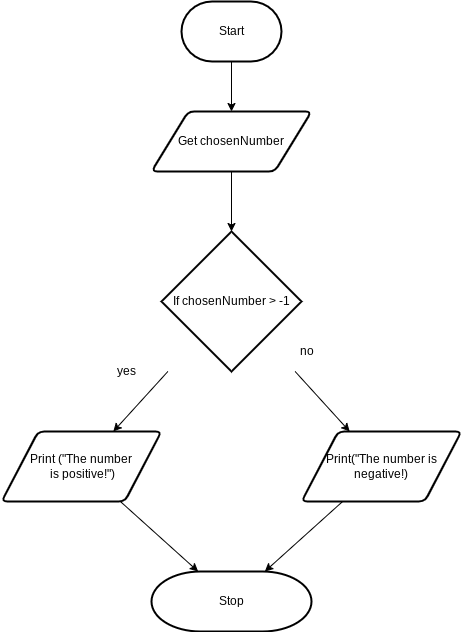
Brayden-Blank/ICS2O-Unit-5-02-HTML keeps this draw.io diagram as design/flowchart.png. Above is the earlier version. Source tidied: cells renumbered, new cells last; positions are measured from the earlier drawing's top-left corner, leaving out a move shared by most shapes. Its diagram source:
```xml
<mxGraphModel>
  <root>
    <mxCell id="0" />
    <mxCell id="1" parent="0" />
    <mxCell id="2" style="edgeStyle=none;html=1;" parent="1" edge="1" source="3" target="5">
      <mxGeometry relative="1" as="geometry" />
    </mxCell>
    <mxCell id="3" value="Start" style="strokeWidth=2;html=1;shape=mxgraph.flowchart.terminator;whiteSpace=wrap;" parent="1" vertex="1">
      <mxGeometry x="180" width="100" height="60" as="geometry" />
    </mxCell>
    <mxCell id="4" style="edgeStyle=none;html=1;" parent="1" edge="1" source="5" target="8">
      <mxGeometry relative="1" as="geometry" />
    </mxCell>
    <mxCell id="5" value="Get chosenNumber" style="shape=parallelogram;html=1;strokeWidth=2;perimeter=parallelogramPerimeter;whiteSpace=wrap;rounded=1;arcSize=12;size=0.23;" parent="1" vertex="1">
      <mxGeometry x="150" y="110" width="160" height="60" as="geometry" />
    </mxCell>
    <mxCell id="6" style="edgeStyle=none;html=1;" parent="1" edge="1" source="8" target="10">
      <mxGeometry relative="1" as="geometry" />
    </mxCell>
    <mxCell id="7" style="edgeStyle=none;html=1;" parent="1" edge="1" source="8" target="13">
      <mxGeometry relative="1" as="geometry" />
    </mxCell>
    <mxCell id="8" value="If chosenNumber &amp;gt; -1" style="strokeWidth=2;html=1;shape=mxgraph.flowchart.decision;whiteSpace=wrap;" parent="1" vertex="1">
      <mxGeometry x="160" y="230" width="140" height="140" as="geometry" />
    </mxCell>
    <mxCell id="9" style="edgeStyle=none;html=1;" parent="1" edge="1" source="10" target="15">
      <mxGeometry relative="1" as="geometry" />
    </mxCell>
    <mxCell id="10" value="Print (&quot;The number&lt;br&gt;&amp;nbsp;is positive!&quot;)" style="shape=parallelogram;html=1;strokeWidth=2;perimeter=parallelogramPerimeter;whiteSpace=wrap;rounded=1;arcSize=12;size=0.23;" parent="1" vertex="1">
      <mxGeometry y="430" width="160" height="70" as="geometry" />
    </mxCell>
    <mxCell id="11" value="yes" style="text;html=1;align=center;verticalAlign=middle;strokeColor=none;fillColor=none;" parent="1" vertex="1">
      <mxGeometry x="110" y="360" width="30" height="20" as="geometry" />
    </mxCell>
    <mxCell id="12" style="edgeStyle=none;html=1;" parent="1" edge="1" source="13" target="15">
      <mxGeometry relative="1" as="geometry" />
    </mxCell>
    <mxCell id="13" value="Print(&quot;The number is negative!)" style="shape=parallelogram;html=1;strokeWidth=2;perimeter=parallelogramPerimeter;whiteSpace=wrap;rounded=1;arcSize=12;size=0.23;" parent="1" vertex="1">
      <mxGeometry x="300" y="430" width="160" height="70" as="geometry" />
    </mxCell>
    <mxCell id="14" value="no&lt;br&gt;" style="text;html=1;align=center;verticalAlign=middle;strokeColor=none;fillColor=none;" parent="1" vertex="1">
      <mxGeometry x="290" y="340" width="30" height="20" as="geometry" />
    </mxCell>
    <mxCell id="15" value="Stop" style="strokeWidth=2;html=1;shape=mxgraph.flowchart.terminator;whiteSpace=wrap;" parent="1" vertex="1">
      <mxGeometry x="150" y="570" width="160" height="60" as="geometry" />
    </mxCell>
  </root>
</mxGraphModel>
```
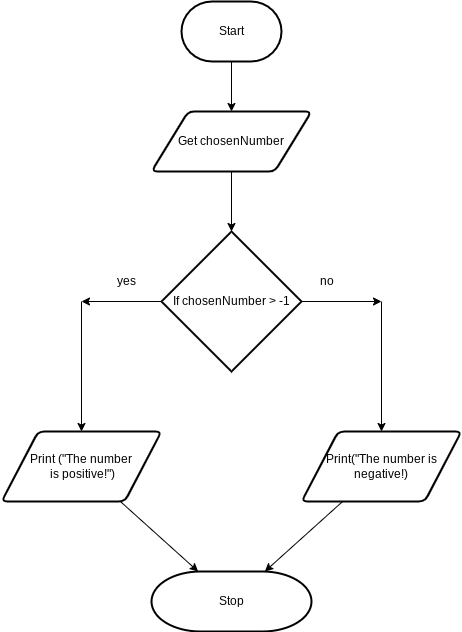
After the commit.

Diff of the diagram source:
```diff
@@ -14,12 +14,16 @@
     <mxCell id="5" value="Get chosenNumber" style="shape=parallelogram;html=1;strokeWidth=2;perimeter=parallelogramPerimeter;whiteSpace=wrap;rounded=1;arcSize=12;size=0.23;" parent="1" vertex="1">
       <mxGeometry x="150" y="110" width="160" height="60" as="geometry" />
     </mxCell>
-    <mxCell id="6" style="edgeStyle=none;html=1;" parent="1" edge="1" source="8" target="10">
-      <mxGeometry relative="1" as="geometry" />
-    </mxCell>
-    <mxCell id="7" style="edgeStyle=none;html=1;" parent="1" edge="1" source="8" target="13">
-      <mxGeometry relative="1" as="geometry" />
-    </mxCell>
+    <mxCell id="16" style="edgeStyle=none;html=1;" parent="1" edge="1" source="8">
+      <mxGeometry relative="1" as="geometry">
+        <mxPoint x="80" y="300" as="targetPoint" />
+      </mxGeometry>
+    </mxCell>
+    <mxCell id="17" style="edgeStyle=none;html=1;" parent="1" edge="1" source="8">
+      <mxGeometry relative="1" as="geometry">
+        <mxPoint x="380" y="300" as="targetPoint" />
+      </mxGeometry>
+    </mxCell>
     <mxCell id="8" value="If chosenNumber &amp;gt; -1" style="strokeWidth=2;html=1;shape=mxgraph.flowchart.decision;whiteSpace=wrap;" parent="1" vertex="1">
       <mxGeometry x="160" y="230" width="140" height="140" as="geometry" />
     </mxCell>
@@ -30,7 +34,7 @@
       <mxGeometry y="430" width="160" height="70" as="geometry" />
     </mxCell>
     <mxCell id="11" value="yes" style="text;html=1;align=center;verticalAlign=middle;strokeColor=none;fillColor=none;" parent="1" vertex="1">
-      <mxGeometry x="110" y="360" width="30" height="20" as="geometry" />
+      <mxGeometry x="110" y="270" width="30" height="20" as="geometry" />
     </mxCell>
     <mxCell id="12" style="edgeStyle=none;html=1;" parent="1" edge="1" source="13" target="15">
       <mxGeometry relative="1" as="geometry" />
@@ -39,10 +43,20 @@
       <mxGeometry x="300" y="430" width="160" height="70" as="geometry" />
     </mxCell>
     <mxCell id="14" value="no&lt;br&gt;" style="text;html=1;align=center;verticalAlign=middle;strokeColor=none;fillColor=none;" parent="1" vertex="1">
-      <mxGeometry x="290" y="340" width="30" height="20" as="geometry" />
+      <mxGeometry x="310" y="270" width="30" height="20" as="geometry" />
     </mxCell>
     <mxCell id="15" value="Stop" style="strokeWidth=2;html=1;shape=mxgraph.flowchart.terminator;whiteSpace=wrap;" parent="1" vertex="1">
       <mxGeometry x="150" y="570" width="160" height="60" as="geometry" />
     </mxCell>
+    <mxCell id="18" style="edgeStyle=none;html=1;" parent="1" edge="1" target="10">
+      <mxGeometry relative="1" as="geometry">
+        <mxPoint x="80" y="300" as="sourcePoint" />
+      </mxGeometry>
+    </mxCell>
+    <mxCell id="19" style="edgeStyle=none;html=1;" parent="1" edge="1" target="13">
+      <mxGeometry relative="1" as="geometry">
+        <mxPoint x="380" y="300" as="sourcePoint" />
+      </mxGeometry>
+    </mxCell>
   </root>
 </mxGraphModel>
```
